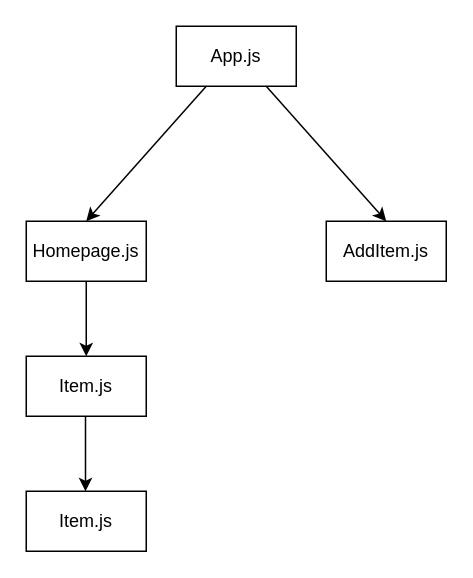
Before: timer_app/src/component_tree.drawio in georgeussher/timer_app, a draw.io diagram. Source tidied: cells renumbered, new cells numbered last; positions are measured from the earlier drawing's top-left corner, leaving out a move shared by most shapes. Both pictures are drawn from the tidied source at 150%, with x=0, y=0 at pixel (26, 26).
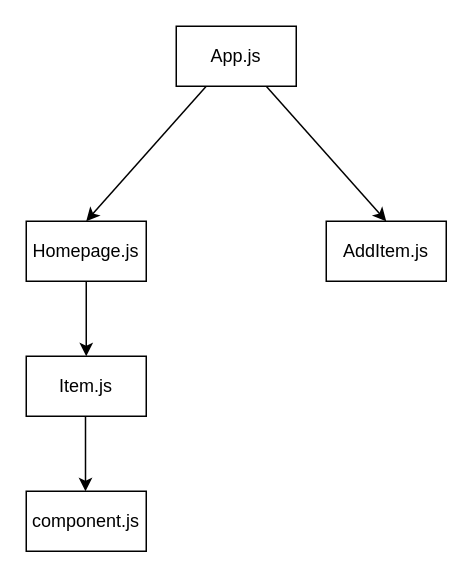
After the change.

Diff of the diagram source:
```diff
@@
 <mxGraphModel>
   <root>
     <mxCell id="0" />
     <mxCell id="1" parent="0" />
     <mxCell id="2" style="edgeStyle=none;html=1;exitX=0.75;exitY=1;exitDx=0;exitDy=0;entryX=0.5;entryY=0;entryDx=0;entryDy=0;" parent="1" edge="1" source="4" target="5">
       <mxGeometry relative="1" as="geometry" />
     </mxCell>
     <mxCell id="3" style="edgeStyle=none;html=1;exitX=0.25;exitY=1;exitDx=0;exitDy=0;entryX=0.5;entryY=0;entryDx=0;entryDy=0;" parent="1" edge="1" source="4" target="6">
       <mxGeometry relative="1" as="geometry" />
     </mxCell>
     <mxCell id="4" value="App.js&lt;br&gt;" style="rounded=0;whiteSpace=wrap;html=1;" parent="1" vertex="1">
       <mxGeometry x="100" width="80" height="40" as="geometry" />
     </mxCell>
     <mxCell id="5" value="AddItem.js" style="rounded=0;whiteSpace=wrap;html=1;" parent="1" vertex="1">
       <mxGeometry x="200" y="130" width="80" height="40" as="geometry" />
     </mxCell>
     <mxCell id="6" value="Homepage.js" style="rounded=0;whiteSpace=wrap;html=1;" parent="1" vertex="1">
       <mxGeometry y="130" width="80" height="40" as="geometry" />
     </mxCell>
     <mxCell id="7" value="Item.js" style="rounded=0;whiteSpace=wrap;html=1;" parent="1" vertex="1">
       <mxGeometry y="220" width="80" height="40" as="geometry" />
     </mxCell>
     <mxCell id="8" style="edgeStyle=none;html=1;exitX=0.5;exitY=1;exitDx=0;exitDy=0;entryX=0.5;entryY=0;entryDx=0;entryDy=0;" parent="1" edge="1" source="6" target="7">
       <mxGeometry relative="1" as="geometry" />
     </mxCell>
-    <mxCell id="9" value="Item.js" style="rounded=0;whiteSpace=wrap;html=1;" parent="1" vertex="1">
+    <mxCell id="9" value="component.js" style="rounded=0;whiteSpace=wrap;html=1;" parent="1" vertex="1">
       <mxGeometry y="310" width="80" height="40" as="geometry" />
     </mxCell>
     <mxCell id="10" style="edgeStyle=none;html=1;exitX=0.5;exitY=1;exitDx=0;exitDy=0;entryX=0.5;entryY=0;entryDx=0;entryDy=0;" parent="1" edge="1">
       <mxGeometry relative="1" as="geometry">
         <mxPoint x="39.5" y="260" as="sourcePoint" />
         <mxPoint x="39.5" y="310" as="targetPoint" />
       </mxGeometry>
     </mxCell>
   </root>
 </mxGraphModel>
```
